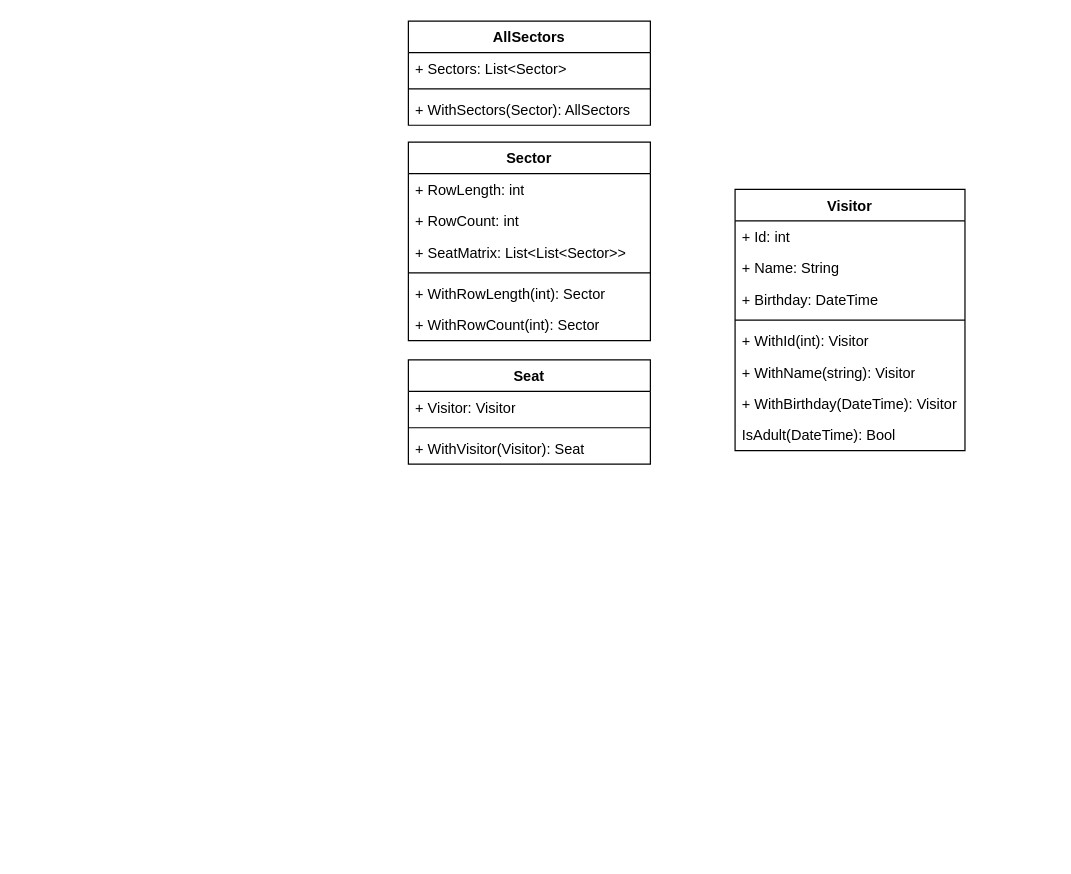
Earlier version of the draw.io diagram Untitled Diagram.drawio (Quicksoapy/visitor-placement-tool). Source tidied: cells renumbered, new cells numbered last; positions are measured from the earlier drawing's top-left corner, leaving out a move shared by most shapes. Both pictures are drawn from the tidied source at 121%, with x=0, y=0 at pixel (408, 21).
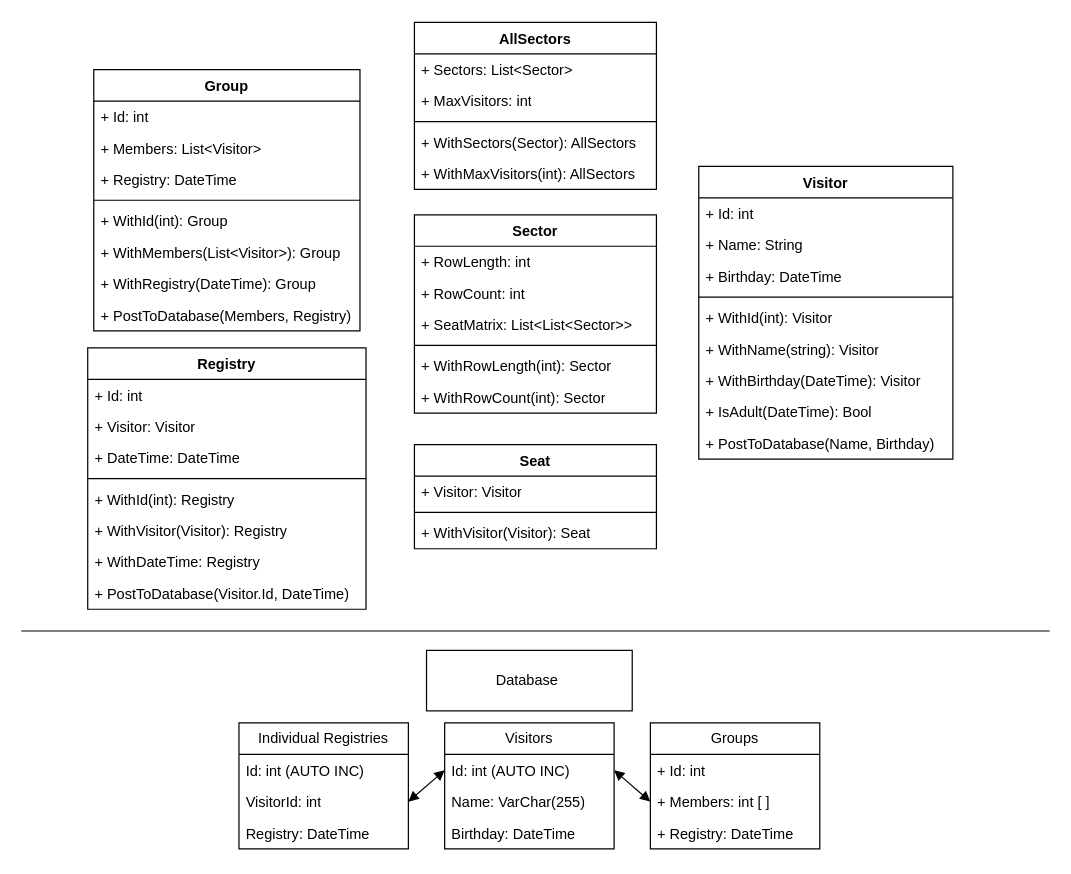
Above is the later version.

The edit, as a diff of the source:
```diff
@@
     <mxCell id="2" value="Sector" style="swimlane;fontStyle=1;align=center;verticalAlign=top;horizontal=1;startSize=26;whiteSpace=wrap;html=1;" parent="1" vertex="1">
-      <mxGeometry y="100" width="200" height="164" as="geometry" />
+      <mxGeometry x="5" y="160" width="200" height="164" as="geometry" />
     </mxCell>
@@
     <mxCell id="9" value="AllSectors" style="swimlane;fontStyle=1;align=center;verticalAlign=top;horizontal=1;startSize=26;whiteSpace=wrap;html=1;" parent="1" vertex="1">
-      <mxGeometry width="200" height="86" as="geometry" />
+      <mxGeometry x="5" y="1" width="200" height="138" as="geometry" />
     </mxCell>
@@
+    <mxCell id="26" value="+ MaxVisitors: int" style="text;strokeColor=none;fillColor=none;align=left;verticalAlign=top;spacingLeft=4;spacingRight=4;overflow=hidden;whiteSpace=wrap;html=1;" parent="9" vertex="1">
+      <mxGeometry y="52" width="200" height="26" as="geometry" />
+    </mxCell>
     <mxCell id="11" style="line;strokeWidth=1;fillColor=none;align=left;verticalAlign=middle;spacingTop=-1;spacingLeft=3;spacingRight=3;labelPosition=right;strokeColor=inherit;" parent="9" vertex="1">
-      <mxGeometry y="52" width="200" height="8" as="geometry" />
+      <mxGeometry y="78" width="200" height="8" as="geometry" />
     </mxCell>
     <mxCell id="12" value="+ WithSectors(Sector): AllSectors" style="text;strokeColor=none;fillColor=none;align=left;verticalAlign=top;spacingLeft=4;spacingRight=4;overflow=hidden;whiteSpace=wrap;html=1;" parent="9" vertex="1">
-      <mxGeometry y="60" width="200" height="26" as="geometry" />
+      <mxGeometry y="86" width="200" height="26" as="geometry" />
     </mxCell>
+    <mxCell id="27" value="+ WithMaxVisitors(int): AllSectors" style="text;strokeColor=none;fillColor=none;align=left;verticalAlign=top;spacingLeft=4;spacingRight=4;overflow=hidden;whiteSpace=wrap;html=1;" parent="9" vertex="1">
+      <mxGeometry y="112" width="200" height="26" as="geometry" />
+    </mxCell>
     <mxCell id="13" value="Seat" style="swimlane;fontStyle=1;align=center;verticalAlign=top;horizontal=1;startSize=26;whiteSpace=wrap;html=1;" parent="1" vertex="1">
-      <mxGeometry y="280" width="200" height="86" as="geometry" />
+      <mxGeometry x="5" y="350" width="200" height="86" as="geometry" />
     </mxCell>
@@
     <mxCell id="17" value="Visitor" style="swimlane;fontStyle=1;align=center;verticalAlign=top;horizontal=1;startSize=26;whiteSpace=wrap;html=1;" parent="1" vertex="1">
-      <mxGeometry x="270" y="139" width="190" height="216" as="geometry" />
+      <mxGeometry x="240" y="120" width="210" height="242" as="geometry" />
     </mxCell>
     <mxCell id="18" value="+ Id: int" style="text;strokeColor=none;fillColor=none;align=left;verticalAlign=top;spacingLeft=4;spacingRight=4;overflow=hidden;whiteSpace=wrap;html=1;" parent="17" vertex="1">
-      <mxGeometry y="26" width="190" height="26" as="geometry" />
+      <mxGeometry y="26" width="210" height="26" as="geometry" />
     </mxCell>
     <mxCell id="19" value="+ Name: String" style="text;strokeColor=none;fillColor=none;align=left;verticalAlign=top;spacingLeft=4;spacingRight=4;overflow=hidden;whiteSpace=wrap;html=1;" parent="17" vertex="1">
-      <mxGeometry y="52" width="190" height="26" as="geometry" />
+      <mxGeometry y="52" width="210" height="26" as="geometry" />
     </mxCell>
     <mxCell id="20" value="+ Birthday: DateTime" style="text;strokeColor=none;fillColor=none;align=left;verticalAlign=top;spacingLeft=4;spacingRight=4;overflow=hidden;whiteSpace=wrap;html=1;" parent="17" vertex="1">
-      <mxGeometry y="78" width="190" height="26" as="geometry" />
+      <mxGeometry y="78" width="210" height="26" as="geometry" />
     </mxCell>
     <mxCell id="21" style="line;strokeWidth=1;fillColor=none;align=left;verticalAlign=middle;spacingTop=-1;spacingLeft=3;spacingRight=3;labelPosition=right;strokeColor=inherit;" parent="17" vertex="1">
-      <mxGeometry y="104" width="190" height="8" as="geometry" />
+      <mxGeometry y="104" width="210" height="8" as="geometry" />
     </mxCell>
     <mxCell id="22" value="+ WithId(int): Visitor" style="text;strokeColor=none;fillColor=none;align=left;verticalAlign=top;spacingLeft=4;spacingRight=4;overflow=hidden;whiteSpace=wrap;html=1;" parent="17" vertex="1">
-      <mxGeometry y="112" width="190" height="26" as="geometry" />
+      <mxGeometry y="112" width="210" height="26" as="geometry" />
     </mxCell>
     <mxCell id="23" value="+ WithName(string): Visitor" style="text;strokeColor=none;fillColor=none;align=left;verticalAlign=top;spacingLeft=4;spacingRight=4;overflow=hidden;whiteSpace=wrap;html=1;" parent="17" vertex="1">
-      <mxGeometry y="138" width="190" height="26" as="geometry" />
+      <mxGeometry y="138" width="210" height="26" as="geometry" />
     </mxCell>
     <mxCell id="24" value="+ WithBirthday(DateTime): Visitor" style="text;strokeColor=none;fillColor=none;align=left;verticalAlign=top;spacingLeft=4;spacingRight=4;overflow=hidden;whiteSpace=wrap;html=1;" parent="17" vertex="1">
-      <mxGeometry y="164" width="190" height="26" as="geometry" />
+      <mxGeometry y="164" width="210" height="26" as="geometry" />
     </mxCell>
-    <mxCell id="25" value="IsAdult(DateTime): Bool" style="text;strokeColor=none;fillColor=none;align=left;verticalAlign=top;spacingLeft=4;spacingRight=4;overflow=hidden;whiteSpace=wrap;html=1;" parent="17" vertex="1">
-      <mxGeometry y="190" width="190" height="26" as="geometry" />
+    <mxCell id="25" value="+ IsAdult(DateTime): Bool" style="text;strokeColor=none;fillColor=none;align=left;verticalAlign=top;spacingLeft=4;spacingRight=4;overflow=hidden;whiteSpace=wrap;html=1;" parent="17" vertex="1">
+      <mxGeometry y="190" width="210" height="26" as="geometry" />
     </mxCell>
+    <mxCell id="28" value="+ PostToDatabase(Name, Birthday)" style="text;strokeColor=none;fillColor=none;align=left;verticalAlign=top;spacingLeft=4;spacingRight=4;overflow=hidden;whiteSpace=wrap;html=1;" parent="17" vertex="1">
+      <mxGeometry y="216" width="210" height="26" as="geometry" />
+    </mxCell>
+    <mxCell id="29" value="Database&amp;nbsp;" style="html=1;whiteSpace=wrap;" parent="1" vertex="1">
+      <mxGeometry x="15" y="520" width="170" height="50" as="geometry" />
+    </mxCell>
+    <mxCell id="30" style="line;strokeWidth=1;fillColor=none;align=left;verticalAlign=middle;spacingTop=-1;spacingLeft=3;spacingRight=3;labelPosition=right;strokeColor=inherit;" parent="1" vertex="1">
+      <mxGeometry x="-320" y="500" width="850" height="8" as="geometry" />
+    </mxCell>
+    <mxCell id="31" value="Visitors" style="swimlane;fontStyle=0;horizontal=1;startSize=26;fillColor=none;whiteSpace=wrap;html=1;" parent="1" vertex="1">
+      <mxGeometry x="30" y="580" width="140" height="104" as="geometry" />
+    </mxCell>
+    <mxCell id="32" value="Id: int (AUTO INC)" style="text;strokeColor=none;fillColor=none;align=left;verticalAlign=top;spacingLeft=4;spacingRight=4;overflow=hidden;points=[[0,0.5],[1,0.5]];portConstraint=eastwest;whiteSpace=wrap;html=1;" parent="31" vertex="1">
+      <mxGeometry y="26" width="140" height="26" as="geometry" />
+    </mxCell>
+    <mxCell id="33" value="Name: VarChar(255)" style="text;strokeColor=none;fillColor=none;align=left;verticalAlign=top;spacingLeft=4;spacingRight=4;overflow=hidden;whiteSpace=wrap;html=1;" parent="31" vertex="1">
+      <mxGeometry y="52" width="140" height="26" as="geometry" />
+    </mxCell>
+    <mxCell id="34" value="Birthday: DateTime" style="text;strokeColor=none;fillColor=none;align=left;verticalAlign=top;spacingLeft=4;spacingRight=4;overflow=hidden;whiteSpace=wrap;html=1;" parent="31" vertex="1">
+      <mxGeometry y="78" width="140" height="26" as="geometry" />
+    </mxCell>
+    <mxCell id="35" value="Groups" style="swimlane;fontStyle=0;horizontal=1;startSize=26;fillColor=none;whiteSpace=wrap;html=1;" parent="1" vertex="1">
+      <mxGeometry x="200" y="580" width="140" height="104" as="geometry" />
+    </mxCell>
+    <mxCell id="36" value="+ Id: int" style="text;strokeColor=none;fillColor=none;align=left;verticalAlign=top;spacingLeft=4;spacingRight=4;overflow=hidden;whiteSpace=wrap;html=1;" parent="35" vertex="1">
+      <mxGeometry y="26" width="140" height="26" as="geometry" />
+    </mxCell>
+    <mxCell id="37" value="+ Members: int [ ]" style="text;strokeColor=none;fillColor=none;align=left;verticalAlign=top;spacingLeft=4;spacingRight=4;overflow=hidden;points=[[0,0.5],[1,0.5]];portConstraint=eastwest;whiteSpace=wrap;html=1;" parent="35" vertex="1">
+      <mxGeometry y="52" width="140" height="26" as="geometry" />
+    </mxCell>
+    <mxCell id="38" value="+ Registry: DateTime" style="text;strokeColor=none;fillColor=none;align=left;verticalAlign=top;spacingLeft=4;spacingRight=4;overflow=hidden;whiteSpace=wrap;html=1;" parent="35" vertex="1">
+      <mxGeometry y="78" width="140" height="26" as="geometry" />
+    </mxCell>
+    <mxCell id="39" value="Individual Registries" style="swimlane;fontStyle=0;horizontal=1;startSize=26;fillColor=none;whiteSpace=wrap;html=1;" parent="1" vertex="1">
+      <mxGeometry x="-140" y="580" width="140" height="104" as="geometry" />
+    </mxCell>
+    <mxCell id="40" value="Id: int (AUTO INC)" style="text;strokeColor=none;fillColor=none;align=left;verticalAlign=top;spacingLeft=4;spacingRight=4;overflow=hidden;whiteSpace=wrap;html=1;" parent="39" vertex="1">
+      <mxGeometry y="26" width="140" height="26" as="geometry" />
+    </mxCell>
+    <mxCell id="41" value="VisitorId: int" style="text;strokeColor=none;fillColor=none;align=left;verticalAlign=top;spacingLeft=4;spacingRight=4;overflow=hidden;points=[[0,0.5],[1,0.5]];portConstraint=eastwest;whiteSpace=wrap;html=1;" parent="39" vertex="1">
+      <mxGeometry y="52" width="140" height="26" as="geometry" />
+    </mxCell>
+    <mxCell id="42" value="Registry: DateTime&lt;br&gt;" style="text;strokeColor=none;fillColor=none;align=left;verticalAlign=top;spacingLeft=4;spacingRight=4;overflow=hidden;whiteSpace=wrap;html=1;" parent="39" vertex="1">
+      <mxGeometry y="78" width="140" height="26" as="geometry" />
+    </mxCell>
+    <mxCell id="43" style="endArrow=block;startArrow=block;endFill=1;startFill=1;html=1;rounded=0;exitX=1;exitY=0.5;exitDx=0;exitDy=0;entryX=0;entryY=0.5;entryDx=0;entryDy=0;" parent="1" edge="1" source="41" target="32">
+      <mxGeometry relative="1" as="geometry" />
+    </mxCell>
+    <mxCell id="44" style="endArrow=block;startArrow=block;endFill=1;startFill=1;html=1;rounded=0;exitX=1;exitY=0.5;exitDx=0;exitDy=0;entryX=0;entryY=0.5;entryDx=0;entryDy=0;" parent="1" edge="1" source="32" target="37">
+      <mxGeometry relative="1" as="geometry" />
+    </mxCell>
+    <mxCell id="45" value="Group" style="swimlane;fontStyle=1;align=center;verticalAlign=top;horizontal=1;startSize=26;whiteSpace=wrap;html=1;" parent="1" vertex="1">
+      <mxGeometry x="-260" y="40" width="220" height="216" as="geometry" />
+    </mxCell>
+    <mxCell id="46" value="+ Id: int" style="text;strokeColor=none;fillColor=none;align=left;verticalAlign=top;spacingLeft=4;spacingRight=4;overflow=hidden;whiteSpace=wrap;html=1;" parent="45" vertex="1">
+      <mxGeometry y="26" width="220" height="26" as="geometry" />
+    </mxCell>
+    <mxCell id="47" value="+ Members: List&amp;lt;Visitor&amp;gt;" style="text;strokeColor=none;fillColor=none;align=left;verticalAlign=top;spacingLeft=4;spacingRight=4;overflow=hidden;whiteSpace=wrap;html=1;" parent="45" vertex="1">
+      <mxGeometry y="52" width="220" height="26" as="geometry" />
+    </mxCell>
+    <mxCell id="48" value="+ Registry: DateTime" style="text;strokeColor=none;fillColor=none;align=left;verticalAlign=top;spacingLeft=4;spacingRight=4;overflow=hidden;whiteSpace=wrap;html=1;" parent="45" vertex="1">
+      <mxGeometry y="78" width="220" height="26" as="geometry" />
+    </mxCell>
+    <mxCell id="49" style="line;strokeWidth=1;fillColor=none;align=left;verticalAlign=middle;spacingTop=-1;spacingLeft=3;spacingRight=3;labelPosition=right;strokeColor=inherit;" parent="45" vertex="1">
+      <mxGeometry y="104" width="220" height="8" as="geometry" />
+    </mxCell>
+    <mxCell id="50" value="+ WithId(int): Group" style="text;strokeColor=none;fillColor=none;align=left;verticalAlign=top;spacingLeft=4;spacingRight=4;overflow=hidden;whiteSpace=wrap;html=1;" parent="45" vertex="1">
+      <mxGeometry y="112" width="220" height="26" as="geometry" />
+    </mxCell>
+    <mxCell id="51" value="+ WithMembers(List&amp;lt;Visitor&amp;gt;): Group" style="text;strokeColor=none;fillColor=none;align=left;verticalAlign=top;spacingLeft=4;spacingRight=4;overflow=hidden;whiteSpace=wrap;html=1;" parent="45" vertex="1">
+      <mxGeometry y="138" width="220" height="26" as="geometry" />
+    </mxCell>
+    <mxCell id="52" value="+ WithRegistry(DateTime): Group&amp;nbsp;" style="text;strokeColor=none;fillColor=none;align=left;verticalAlign=top;spacingLeft=4;spacingRight=4;overflow=hidden;whiteSpace=wrap;html=1;" parent="45" vertex="1">
+      <mxGeometry y="164" width="220" height="26" as="geometry" />
+    </mxCell>
+    <mxCell id="53" value="+ PostToDatabase(Members, Registry)" style="text;strokeColor=none;fillColor=none;align=left;verticalAlign=top;spacingLeft=4;spacingRight=4;overflow=hidden;whiteSpace=wrap;html=1;" parent="45" vertex="1">
+      <mxGeometry y="190" width="220" height="26" as="geometry" />
+    </mxCell>
+    <mxCell id="54" value="Registry" style="swimlane;fontStyle=1;align=center;verticalAlign=top;horizontal=1;startSize=26;whiteSpace=wrap;html=1;" parent="1" vertex="1">
+      <mxGeometry x="-265" y="270" width="230" height="216" as="geometry" />
+    </mxCell>
+    <mxCell id="55" value="+ Id: int" style="text;strokeColor=none;fillColor=none;align=left;verticalAlign=top;spacingLeft=4;spacingRight=4;overflow=hidden;whiteSpace=wrap;html=1;" parent="54" vertex="1">
+      <mxGeometry y="26" width="230" height="26" as="geometry" />
+    </mxCell>
+    <mxCell id="56" value="+ Visitor: Visitor" style="text;strokeColor=none;fillColor=none;align=left;verticalAlign=top;spacingLeft=4;spacingRight=4;overflow=hidden;whiteSpace=wrap;html=1;" parent="54" vertex="1">
+      <mxGeometry y="52" width="230" height="26" as="geometry" />
+    </mxCell>
+    <mxCell id="57" value="+ DateTime: DateTime" style="text;strokeColor=none;fillColor=none;align=left;verticalAlign=top;spacingLeft=4;spacingRight=4;overflow=hidden;whiteSpace=wrap;html=1;" parent="54" vertex="1">
+      <mxGeometry y="78" width="230" height="26" as="geometry" />
+    </mxCell>
+    <mxCell id="58" style="line;strokeWidth=1;fillColor=none;align=left;verticalAlign=middle;spacingTop=-1;spacingLeft=3;spacingRight=3;labelPosition=right;strokeColor=inherit;" parent="54" vertex="1">
+      <mxGeometry y="104" width="230" height="8" as="geometry" />
+    </mxCell>
+    <mxCell id="59" value="+ WithId(int):&amp;nbsp;Registry&lt;br&gt;&amp;nbsp;" style="text;strokeColor=none;fillColor=none;align=left;verticalAlign=top;spacingLeft=4;spacingRight=4;overflow=hidden;whiteSpace=wrap;html=1;" parent="54" vertex="1">
+      <mxGeometry y="112" width="230" height="26" as="geometry" />
+    </mxCell>
+    <mxCell id="60" value="+ WithVisitor(Visitor):&amp;nbsp;Registry" style="text;strokeColor=none;fillColor=none;align=left;verticalAlign=top;spacingLeft=4;spacingRight=4;overflow=hidden;whiteSpace=wrap;html=1;" parent="54" vertex="1">
+      <mxGeometry y="138" width="230" height="26" as="geometry" />
+    </mxCell>
+    <mxCell id="61" value="+ WithDateTime:&amp;nbsp;Registry" style="text;strokeColor=none;fillColor=none;align=left;verticalAlign=top;spacingLeft=4;spacingRight=4;overflow=hidden;whiteSpace=wrap;html=1;" parent="54" vertex="1">
+      <mxGeometry y="164" width="230" height="26" as="geometry" />
+    </mxCell>
+    <mxCell id="62" value="+ PostToDatabase(Visitor.Id, DateTime)" style="text;strokeColor=none;fillColor=none;align=left;verticalAlign=top;spacingLeft=4;spacingRight=4;overflow=hidden;whiteSpace=wrap;html=1;" parent="54" vertex="1">
+      <mxGeometry y="190" width="230" height="26" as="geometry" />
+    </mxCell>
```
